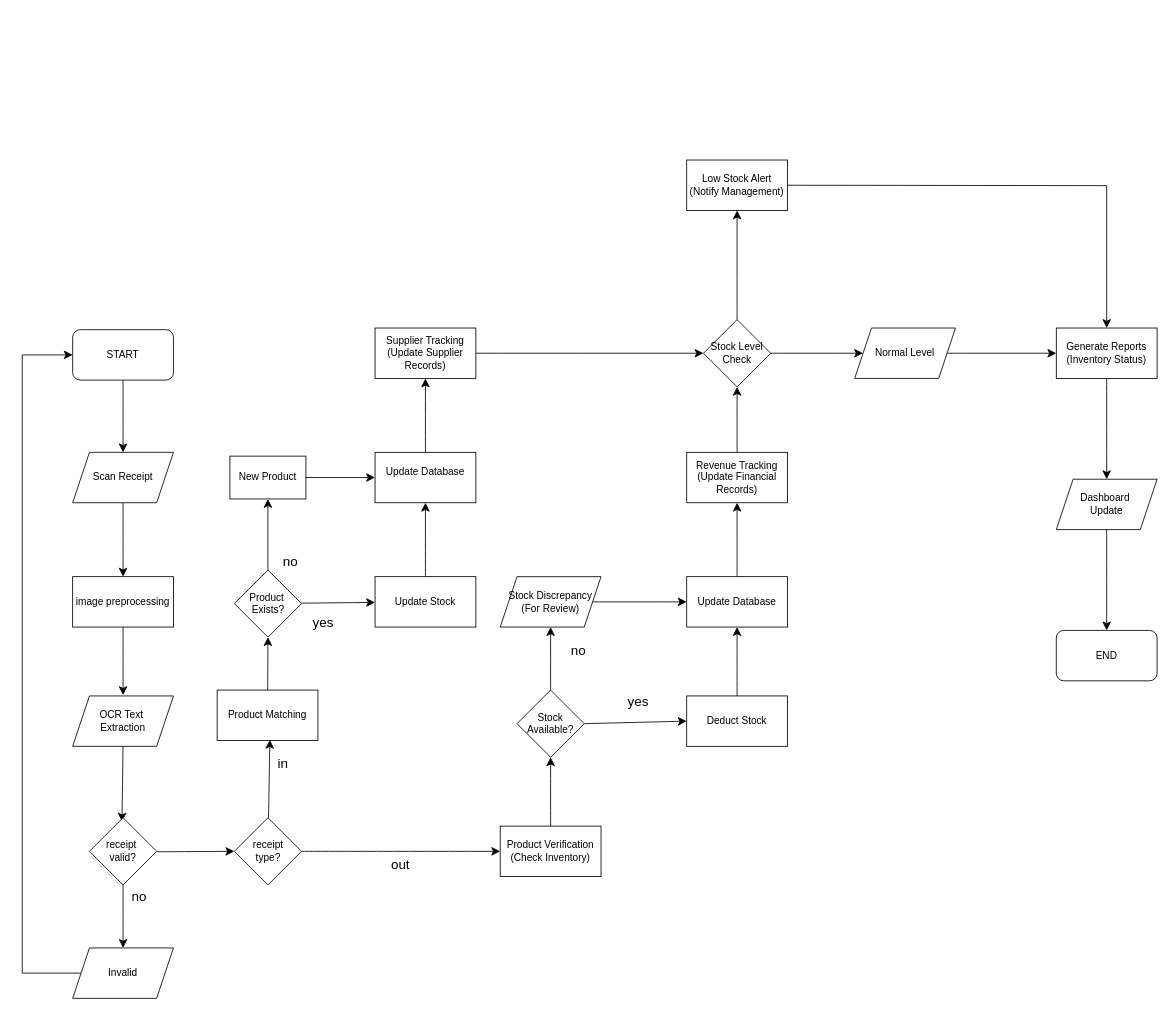
This is workflow.drawio from 7bry7/INVENTORY-MANAGEMENT-SYSTEM-USING-IMAGE-PROCESSING-FOR-RECEIPT-BASED-STOCK-MONITORING-AND-CONTROL, a draw.io file, before an edit. Source tidied: cells renumbered, new cells numbered last; positions are measured from the earlier drawing's top-left corner, leaving out a move shared by most shapes. Both pictures are drawn from the tidied source at 84%, with x=0, y=0 at pixel (22, 160).
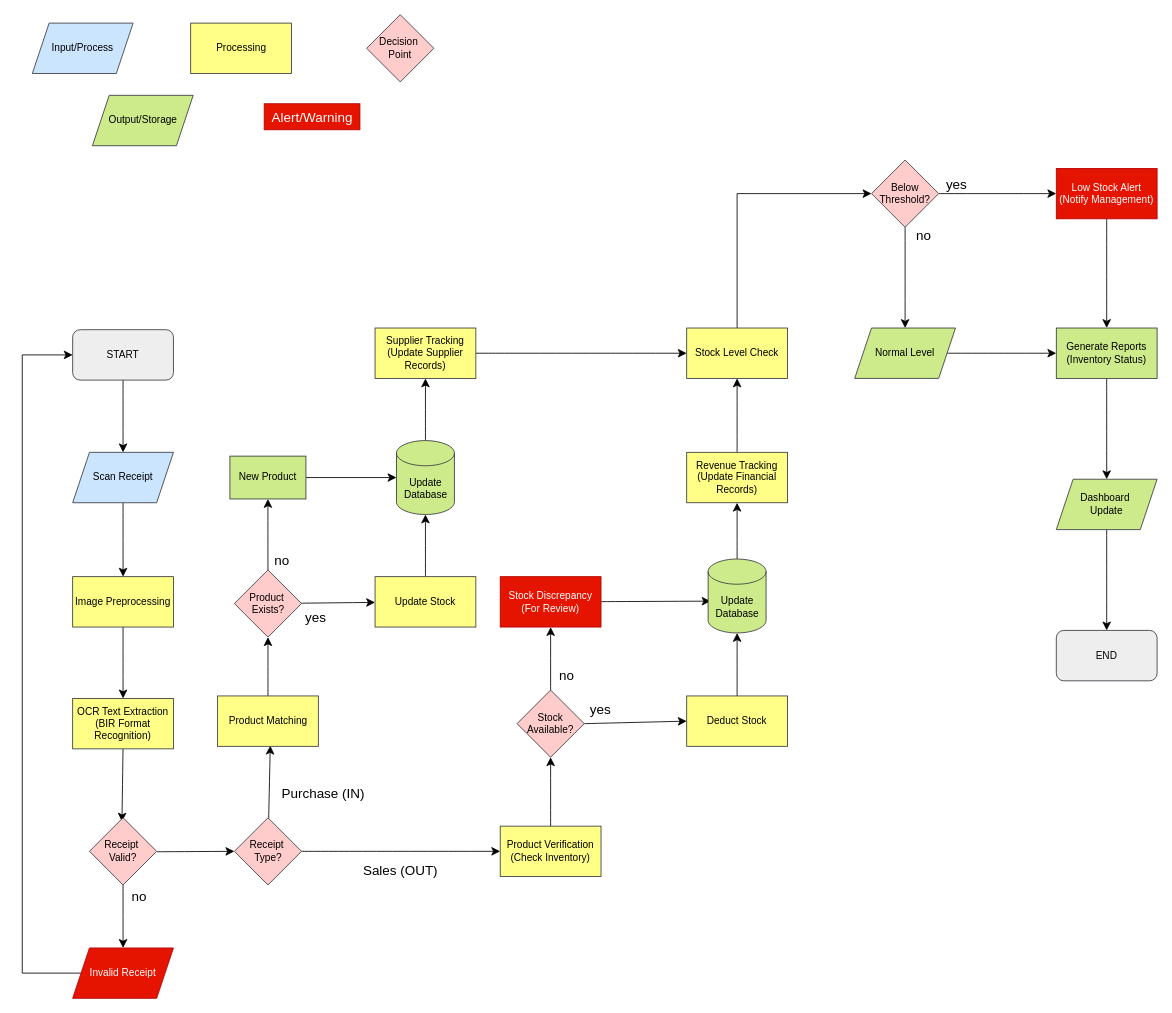
After the change.

What changed in the source:
```diff
@@
-    <mxCell id="3" style="edgeStyle=none;curved=1;rounded=0;jettySize=auto;html=1;entryX=0.5;entryY=0;entryDx=0;entryDy=0;fontSize=12;startSize=8;endSize=8;" parent="1" edge="1" source="4">
-      <mxGeometry relative="1" as="geometry">
-        <mxPoint x="120" y="637" as="targetPoint" />
-      </mxGeometry>
-    </mxCell>
+    <mxCell id="64" style="edgeStyle=none;curved=1;rounded=0;jettySize=auto;html=1;fontSize=12;startSize=8;endSize=8;" parent="1" edge="1" source="4" target="66">
+      <mxGeometry relative="1" as="geometry" />
+    </mxCell>
-    <mxCell id="4" value="image preprocessing" style="rounded=0;whiteSpace=wrap;html=1;" parent="1" vertex="1">
+    <mxCell id="4" value="Image Preprocessing" style="rounded=0;whiteSpace=wrap;html=1;fillColor=#ffff88;strokeColor=#36393d;" parent="1" vertex="1">
       <mxGeometry x="60" y="496" width="120" height="60" as="geometry" />
     </mxCell>
@@
-    <mxCell id="8" value="receipt&amp;nbsp;&lt;div&gt;valid?&lt;/div&gt;" style="rhombus;whiteSpace=wrap;html=1;" parent="1" vertex="1">
+    <mxCell id="8" value="Receipt&amp;nbsp;&lt;div&gt;Valid?&lt;/div&gt;" style="rhombus;whiteSpace=wrap;html=1;fillColor=#ffcccc;strokeColor=#36393d;" parent="1" vertex="1">
       <mxGeometry x="80" y="783" width="80" height="80" as="geometry" />
     </mxCell>
@@
-    <mxCell id="13" value="receipt&lt;div&gt;type?&lt;/div&gt;" style="rhombus;whiteSpace=wrap;html=1;" parent="1" vertex="1">
+    <mxCell id="13" value="Receipt&amp;nbsp;&lt;div&gt;Type?&lt;/div&gt;" style="rhombus;whiteSpace=wrap;html=1;fillColor=#ffcccc;strokeColor=#36393d;" parent="1" vertex="1">
       <mxGeometry x="252.5" y="783" width="80" height="80" as="geometry" />
     </mxCell>
@@
-    <mxCell id="15" value="Product Matching" style="rounded=0;whiteSpace=wrap;html=1;" parent="1" vertex="1">
-      <mxGeometry x="232" y="631" width="120" height="60" as="geometry" />
+    <mxCell id="15" value="Product Matching" style="rounded=0;whiteSpace=wrap;html=1;fillColor=#ffff88;strokeColor=#36393d;" parent="1" vertex="1">
+      <mxGeometry x="232.5" y="638" width="120" height="60" as="geometry" />
     </mxCell>
@@
-    <mxCell id="18" value="Product&amp;nbsp;&lt;div&gt;Exists?&lt;/div&gt;" style="rhombus;whiteSpace=wrap;html=1;" parent="1" vertex="1">
+    <mxCell id="18" value="Product&amp;nbsp;&lt;div&gt;Exists?&lt;/div&gt;" style="rhombus;whiteSpace=wrap;html=1;fillColor=#ffcccc;strokeColor=#36393d;" parent="1" vertex="1">
       <mxGeometry x="252.5" y="488" width="80" height="80" as="geometry" />
     </mxCell>
-    <mxCell id="19" style="edgeStyle=orthogonalEdgeStyle;rounded=0;jettySize=auto;html=1;fontSize=12;startSize=8;endSize=8;exitX=1;exitY=0.5;exitDx=0;exitDy=0;entryX=0;entryY=0.5;entryDx=0;entryDy=0;" parent="1" edge="1" source="20" target="31">
+    <mxCell id="19" style="edgeStyle=orthogonalEdgeStyle;rounded=0;jettySize=auto;html=1;fontSize=12;startSize=8;endSize=8;exitX=1;exitY=0.5;exitDx=0;exitDy=0;entryX=0;entryY=0.5;entryDx=0;entryDy=0;entryPerimeter=0;" parent="1" edge="1" source="20" target="78">
       <mxGeometry relative="1" as="geometry" />
     </mxCell>
-    <mxCell id="20" value="New Product" style="rounded=0;whiteSpace=wrap;html=1;" parent="1" vertex="1">
+    <mxCell id="20" value="New Product" style="rounded=0;whiteSpace=wrap;html=1;fillColor=#cdeb8b;strokeColor=#36393d;" parent="1" vertex="1">
       <mxGeometry x="247.2" y="352.5" width="90.5" height="51" as="geometry" />
     </mxCell>
@@
-    <mxCell id="22" value="START" style="rounded=1;whiteSpace=wrap;html=1;" parent="1" vertex="1">
+    <mxCell id="22" value="START" style="rounded=1;whiteSpace=wrap;html=1;fillColor=#eeeeee;strokeColor=#36393d;" parent="1" vertex="1">
       <mxGeometry x="60" y="202" width="120" height="60" as="geometry" />
     </mxCell>
-    <mxCell id="23" value="Scan Receipt" style="shape=parallelogram;perimeter=parallelogramPerimeter;whiteSpace=wrap;html=1;fixedSize=1;" parent="1" vertex="1">
+    <mxCell id="23" value="Scan Receipt" style="shape=parallelogram;perimeter=parallelogramPerimeter;whiteSpace=wrap;html=1;fixedSize=1;fillColor=#cce5ff;strokeColor=#36393d;" parent="1" vertex="1">
       <mxGeometry x="60" y="348" width="120" height="60" as="geometry" />
     </mxCell>
-    <mxCell id="24" value="in" style="text;html=1;align=center;verticalAlign=middle;strokeColor=none;fillColor=none;fontSize=16;" parent="1" vertex="1">
-      <mxGeometry x="295" y="702" width="30" height="31" as="geometry" />
+    <mxCell id="24" value="Purchase (IN)" style="text;html=1;align=center;verticalAlign=middle;strokeColor=none;fillColor=none;fontSize=16;" parent="1" vertex="1">
+      <mxGeometry x="299.5" y="738" width="117" height="31" as="geometry" />
     </mxCell>
-    <mxCell id="25" value="out" style="text;html=1;align=center;verticalAlign=middle;strokeColor=none;fillColor=none;fontSize=16;" parent="1" vertex="1">
-      <mxGeometry x="430" y="823" width="40" height="31" as="geometry" />
+    <mxCell id="25" value="Sales (OUT)" style="text;html=1;align=center;verticalAlign=middle;strokeColor=none;fillColor=none;fontSize=16;" parent="1" vertex="1">
+      <mxGeometry x="396.5" y="830" width="107" height="31" as="geometry" />
     </mxCell>
@@
     <mxCell id="27" value="no" style="text;html=1;align=center;verticalAlign=middle;strokeColor=none;fillColor=none;fontSize=16;" parent="1" vertex="1">
-      <mxGeometry x="300.5" y="462" width="36" height="31" as="geometry" />
+      <mxGeometry x="291" y="461" width="36" height="31" as="geometry" />
     </mxCell>
-    <mxCell id="28" style="edgeStyle=none;curved=1;rounded=0;jettySize=auto;html=1;fontSize=12;startSize=8;endSize=8;" parent="1" edge="1" source="29" target="31">
+    <mxCell id="28" style="edgeStyle=none;curved=1;rounded=0;jettySize=auto;html=1;fontSize=12;startSize=8;endSize=8;entryX=0.5;entryY=1;entryDx=0;entryDy=0;entryPerimeter=0;" parent="1" edge="1" source="29" target="78">
       <mxGeometry relative="1" as="geometry" />
     </mxCell>
-    <mxCell id="29" value="Update Stock" style="whiteSpace=wrap;html=1;" parent="1" vertex="1">
+    <mxCell id="29" value="Update Stock" style="whiteSpace=wrap;html=1;fillColor=#ffff88;strokeColor=#36393d;" parent="1" vertex="1">
       <mxGeometry x="420" y="496" width="120" height="60" as="geometry" />
     </mxCell>
-    <mxCell id="30" style="edgeStyle=none;curved=1;rounded=0;jettySize=auto;html=1;fontSize=12;startSize=8;endSize=8;" parent="1" edge="1" source="31" target="49">
+    <mxCell id="30" style="edgeStyle=none;curved=1;rounded=0;jettySize=auto;html=1;fontSize=12;startSize=8;endSize=8;exitX=0.5;exitY=0;exitDx=0;exitDy=0;exitPerimeter=0;" parent="1" edge="1" source="78" target="49">
       <mxGeometry relative="1" as="geometry" />
     </mxCell>
-    <mxCell id="31" value="Update Database&lt;div&gt;&lt;br&gt;&lt;/div&gt;" style="whiteSpace=wrap;html=1;rounded=0;" parent="1" vertex="1">
-      <mxGeometry x="420" y="348" width="120" height="60" as="geometry" />
-    </mxCell>
     <mxCell id="32" value="yes" style="text;html=1;align=center;verticalAlign=middle;strokeColor=none;fillColor=none;fontSize=16;" parent="1" vertex="1">
-      <mxGeometry x="336.5" y="534.5" width="43" height="31" as="geometry" />
+      <mxGeometry x="327" y="529" width="43" height="31" as="geometry" />
     </mxCell>
@@
-    <mxCell id="34" value="Product Verification&lt;div&gt;(Check Inventory)&lt;/div&gt;" style="rounded=0;whiteSpace=wrap;html=1;" parent="1" vertex="1">
+    <mxCell id="34" value="Product Verification&lt;div&gt;(Check Inventory)&lt;/div&gt;" style="rounded=0;whiteSpace=wrap;html=1;fillColor=#ffff88;strokeColor=#36393d;" parent="1" vertex="1">
       <mxGeometry x="569" y="793" width="120" height="60" as="geometry" />
     </mxCell>
+    <mxCell id="36" style="edgeStyle=none;curved=1;rounded=0;jettySize=auto;html=1;fontSize=12;startSize=8;endSize=8;exitX=1;exitY=0.5;exitDx=0;exitDy=0;entryX=0;entryY=0.5;entryDx=0;entryDy=0;" parent="1" edge="1" source="37" target="43">
+      <mxGeometry relative="1" as="geometry" />
+    </mxCell>
@@
-    <mxCell id="36" style="edgeStyle=none;curved=1;rounded=0;jettySize=auto;html=1;fontSize=12;startSize=8;endSize=8;exitX=1;exitY=0.5;exitDx=0;exitDy=0;entryX=0;entryY=0.5;entryDx=0;entryDy=0;" parent="1" edge="1" source="37" target="43">
-      <mxGeometry relative="1" as="geometry" />
-    </mxCell>
-    <mxCell id="37" value="Stock&lt;div&gt;Available?&lt;/div&gt;" style="rhombus;whiteSpace=wrap;html=1;rounded=0;" parent="1" vertex="1">
+    <mxCell id="37" value="Stock&lt;div&gt;Available?&lt;/div&gt;" style="rhombus;whiteSpace=wrap;html=1;rounded=0;fillColor=#ffcccc;strokeColor=#36393d;" parent="1" vertex="1">
       <mxGeometry x="589" y="631" width="80" height="80" as="geometry" />
     </mxCell>
-    <mxCell id="38" style="edgeStyle=none;curved=1;rounded=0;jettySize=auto;html=1;fontSize=12;startSize=8;endSize=8;" parent="1" edge="1" source="39" target="47">
+    <mxCell id="38" style="edgeStyle=none;curved=1;rounded=0;jettySize=auto;html=1;fontSize=12;startSize=8;endSize=8;entryX=0.042;entryY=0.57;entryDx=0;entryDy=0;entryPerimeter=0;" parent="1" edge="1" source="39" target="79">
       <mxGeometry relative="1" as="geometry" />
     </mxCell>
-    <mxCell id="39" value="Stock Discrepancy&lt;div&gt;(For Review)&lt;/div&gt;" style="shape=parallelogram;perimeter=parallelogramPerimeter;whiteSpace=wrap;html=1;fixedSize=1;rounded=0;" parent="1" vertex="1">
-      <mxGeometry x="569" y="496" width="120" height="60" as="geometry" />
-    </mxCell>
-    <mxCell id="40" value="Invalid" style="shape=parallelogram;perimeter=parallelogramPerimeter;whiteSpace=wrap;html=1;fixedSize=1;" parent="1" vertex="1">
+    <mxCell id="40" value="Invalid Receipt" style="shape=parallelogram;perimeter=parallelogramPerimeter;whiteSpace=wrap;html=1;fixedSize=1;fillColor=#e51400;fontColor=#ffffff;strokeColor=#B20000;" parent="1" vertex="1">
       <mxGeometry x="60" y="938" width="120" height="60" as="geometry" />
     </mxCell>
     <mxCell id="41" value="no" style="text;html=1;align=center;verticalAlign=middle;strokeColor=none;fillColor=none;fontSize=16;" parent="1" vertex="1">
-      <mxGeometry x="644" y="568" width="36" height="31" as="geometry" />
+      <mxGeometry x="630" y="597" width="36" height="31" as="geometry" />
     </mxCell>
-    <mxCell id="42" style="edgeStyle=none;curved=1;rounded=0;jettySize=auto;html=1;fontSize=12;startSize=8;endSize=8;exitX=0.5;exitY=0;exitDx=0;exitDy=0;entryX=0.5;entryY=1;entryDx=0;entryDy=0;" parent="1" edge="1" source="43" target="47">
+    <mxCell id="42" style="edgeStyle=none;curved=1;rounded=0;jettySize=auto;html=1;fontSize=12;startSize=8;endSize=8;exitX=0.5;exitY=0;exitDx=0;exitDy=0;entryX=0.5;entryY=1;entryDx=0;entryDy=0;entryPerimeter=0;" parent="1" edge="1" source="43" target="79">
       <mxGeometry relative="1" as="geometry" />
     </mxCell>
-    <mxCell id="43" value="Deduct Stock" style="whiteSpace=wrap;html=1;rounded=0;" parent="1" vertex="1">
+    <mxCell id="43" value="Deduct Stock" style="whiteSpace=wrap;html=1;rounded=0;fillColor=#ffff88;strokeColor=#36393d;" parent="1" vertex="1">
       <mxGeometry x="791" y="638" width="120" height="60" as="geometry" />
     </mxCell>
-    <mxCell id="44" value="OCR Text&amp;nbsp;&lt;div&gt;Extraction&lt;/div&gt;" style="shape=parallelogram;perimeter=parallelogramPerimeter;whiteSpace=wrap;html=1;fixedSize=1;" parent="1" vertex="1">
-      <mxGeometry x="60" y="638" width="120" height="60" as="geometry" />
-    </mxCell>
     <mxCell id="45" value="yes" style="text;html=1;align=center;verticalAlign=middle;strokeColor=none;fillColor=none;fontSize=16;" parent="1" vertex="1">
-      <mxGeometry x="711" y="628" width="43" height="31" as="geometry" />
+      <mxGeometry x="666" y="638" width="43" height="31" as="geometry" />
     </mxCell>
-    <mxCell id="46" style="edgeStyle=none;curved=1;rounded=0;jettySize=auto;html=1;fontSize=12;startSize=8;endSize=8;" parent="1" edge="1" source="47" target="51">
+    <mxCell id="46" style="edgeStyle=none;curved=1;rounded=0;jettySize=auto;html=1;fontSize=12;startSize=8;endSize=8;exitX=0.5;exitY=0;exitDx=0;exitDy=0;exitPerimeter=0;" parent="1" edge="1" source="79" target="51">
       <mxGeometry relative="1" as="geometry" />
     </mxCell>
-    <mxCell id="47" value="Update Database" style="whiteSpace=wrap;html=1;rounded=0;" parent="1" vertex="1">
-      <mxGeometry x="791" y="496" width="120" height="60" as="geometry" />
-    </mxCell>
-    <mxCell id="48" style="edgeStyle=none;curved=1;rounded=0;jettySize=auto;html=1;fontSize=12;startSize=8;endSize=8;" parent="1" edge="1" source="49" target="54">
+    <mxCell id="48" style="edgeStyle=none;curved=1;rounded=0;jettySize=auto;html=1;fontSize=12;startSize=8;endSize=8;entryX=0;entryY=0.5;entryDx=0;entryDy=0;" parent="1" edge="1" source="49" target="54">
       <mxGeometry relative="1" as="geometry" />
     </mxCell>
-    <mxCell id="49" value="Supplier Tracking&lt;div&gt;(Update Supplier Records)&lt;/div&gt;" style="whiteSpace=wrap;html=1;rounded=0;" parent="1" vertex="1">
+    <mxCell id="49" value="Supplier Tracking&lt;div&gt;(Update Supplier Records)&lt;/div&gt;" style="whiteSpace=wrap;html=1;rounded=0;fillColor=#ffff88;strokeColor=#36393d;" parent="1" vertex="1">
       <mxGeometry x="420" y="200" width="120" height="60" as="geometry" />
     </mxCell>
-    <mxCell id="50" style="edgeStyle=none;curved=1;rounded=0;jettySize=auto;html=1;fontSize=12;startSize=8;endSize=8;" parent="1" edge="1" source="51" target="54">
+    <mxCell id="50" style="edgeStyle=none;curved=1;rounded=0;jettySize=auto;html=1;fontSize=12;startSize=8;endSize=8;entryX=0.5;entryY=1;entryDx=0;entryDy=0;" parent="1" edge="1" source="51" target="54">
       <mxGeometry relative="1" as="geometry" />
     </mxCell>
-    <mxCell id="51" value="Revenue Tracking&lt;div&gt;(Update Financial Records)&lt;/div&gt;" style="whiteSpace=wrap;html=1;rounded=0;" parent="1" vertex="1">
+    <mxCell id="51" value="Revenue Tracking&lt;div&gt;(Update Financial Records)&lt;/div&gt;" style="whiteSpace=wrap;html=1;rounded=0;fillColor=#ffff88;strokeColor=#36393d;" parent="1" vertex="1">
       <mxGeometry x="791" y="348" width="120" height="60" as="geometry" />
     </mxCell>
-    <mxCell id="52" style="edgeStyle=none;curved=1;rounded=0;jettySize=auto;html=1;fontSize=12;startSize=8;endSize=8;" parent="1" edge="1" source="54" target="57">
-      <mxGeometry relative="1" as="geometry" />
-    </mxCell>
-    <mxCell id="53" style="edgeStyle=none;curved=1;rounded=0;jettySize=auto;html=1;fontSize=12;startSize=8;endSize=8;" parent="1" edge="1" source="54" target="63">
-      <mxGeometry relative="1" as="geometry" />
-    </mxCell>
-    <mxCell id="54" value="Stock Level Check" style="rhombus;whiteSpace=wrap;html=1;rounded=0;" parent="1" vertex="1">
-      <mxGeometry x="811" y="190" width="80" height="80" as="geometry" />
-    </mxCell>
-    <mxCell id="55" style="edgeStyle=orthogonalEdgeStyle;rounded=0;jettySize=auto;html=1;fontSize=12;startSize=8;endSize=8;entryX=0.5;entryY=0;entryDx=0;entryDy=0;" parent="1" edge="1" target="59">
-      <mxGeometry relative="1" as="geometry">
-        <mxPoint x="901" y="30" as="sourcePoint" />
-      </mxGeometry>
-    </mxCell>
@@
-    <mxCell id="57" value="Normal Level" style="shape=parallelogram;perimeter=parallelogramPerimeter;whiteSpace=wrap;html=1;fixedSize=1;rounded=0;" parent="1" vertex="1">
+    <mxCell id="57" value="Normal Level" style="shape=parallelogram;perimeter=parallelogramPerimeter;whiteSpace=wrap;html=1;fixedSize=1;rounded=0;fillColor=#cdeb8b;strokeColor=#36393d;" parent="1" vertex="1">
       <mxGeometry x="991" y="200" width="120" height="60" as="geometry" />
     </mxCell>
@@
-    <mxCell id="59" value="Generate Reports&lt;div&gt;(Inventory Status)&lt;/div&gt;" style="whiteSpace=wrap;html=1;rounded=0;" parent="1" vertex="1">
+    <mxCell id="59" value="Generate Reports&lt;div&gt;(Inventory Status)&lt;/div&gt;" style="whiteSpace=wrap;html=1;rounded=0;fillColor=#cdeb8b;strokeColor=#36393d;" parent="1" vertex="1">
       <mxGeometry x="1231" y="200" width="120" height="60" as="geometry" />
     </mxCell>
@@
-    <mxCell id="61" value="Dashboard&amp;nbsp;&lt;div&gt;Update&lt;/div&gt;" style="shape=parallelogram;perimeter=parallelogramPerimeter;whiteSpace=wrap;html=1;fixedSize=1;rounded=0;" parent="1" vertex="1">
+    <mxCell id="61" value="Dashboard&amp;nbsp;&lt;div&gt;Update&lt;/div&gt;" style="shape=parallelogram;perimeter=parallelogramPerimeter;whiteSpace=wrap;html=1;fixedSize=1;rounded=0;fillColor=#cdeb8b;strokeColor=#36393d;" parent="1" vertex="1">
       <mxGeometry x="1231" y="380" width="120" height="60" as="geometry" />
     </mxCell>
-    <mxCell id="62" value="END" style="rounded=1;whiteSpace=wrap;html=1;" parent="1" vertex="1">
+    <mxCell id="62" value="END" style="rounded=1;whiteSpace=wrap;html=1;fillColor=#eeeeee;strokeColor=#36393d;" parent="1" vertex="1">
       <mxGeometry x="1231" y="560" width="120" height="60" as="geometry" />
     </mxCell>
+    <mxCell id="65" style="edgeStyle=none;curved=1;rounded=0;jettySize=auto;html=1;fontSize=12;startSize=8;endSize=8;" parent="1" edge="1" source="63" target="59">
+      <mxGeometry relative="1" as="geometry" />
+    </mxCell>
-    <mxCell id="63" value="Low Stock Alert&lt;div&gt;(Notify Management)&lt;/div&gt;" style="whiteSpace=wrap;html=1;rounded=0;" parent="1" vertex="1">
-      <mxGeometry x="791" width="120" height="60" as="geometry" />
+    <mxCell id="63" value="Low Stock Alert&lt;div&gt;(Notify Management)&lt;/div&gt;" style="whiteSpace=wrap;html=1;rounded=0;fillColor=#e51400;fontColor=#ffffff;strokeColor=#B20000;" parent="1" vertex="1">
+      <mxGeometry x="1231" y="10" width="120" height="60" as="geometry" />
     </mxCell>
+    <mxCell id="66" value="OCR Text Extraction&lt;div&gt;(BIR Format Recognition)&lt;/div&gt;" style="whiteSpace=wrap;html=1;rounded=0;fillColor=#ffff88;strokeColor=#36393d;" parent="1" vertex="1">
+      <mxGeometry x="60" y="641" width="120" height="60" as="geometry" />
+    </mxCell>
+    <mxCell id="67" value="Alert/Warning" style="text;html=1;align=center;verticalAlign=middle;strokeColor=#B20000;fillColor=#e51400;fontSize=16;fontColor=#ffffff;" parent="1" vertex="1">
+      <mxGeometry x="288" y="-67" width="114" height="31" as="geometry" />
+    </mxCell>
+    <mxCell id="68" style="edgeStyle=none;curved=1;rounded=0;jettySize=auto;html=1;fontSize=12;startSize=8;endSize=8;" parent="1" edge="1" source="70" target="63">
+      <mxGeometry relative="1" as="geometry" />
+    </mxCell>
+    <mxCell id="69" style="edgeStyle=none;curved=1;rounded=0;jettySize=auto;html=1;fontSize=12;startSize=8;endSize=8;" parent="1" edge="1" source="70" target="57">
+      <mxGeometry relative="1" as="geometry" />
+    </mxCell>
+    <mxCell id="70" value="Below Threshold?" style="rhombus;whiteSpace=wrap;html=1;rounded=0;fillColor=#ffcccc;strokeColor=#36393d;" parent="1" vertex="1">
+      <mxGeometry x="1011" width="80" height="80" as="geometry" />
+    </mxCell>
+    <mxCell id="71" style="edgeStyle=orthogonalEdgeStyle;rounded=0;jettySize=auto;html=1;entryX=0;entryY=0.5;entryDx=0;entryDy=0;fontSize=12;startSize=8;endSize=8;" parent="1" edge="1" source="54" target="70">
+      <mxGeometry relative="1" as="geometry">
+        <Array as="points">
+          <mxPoint x="851" y="40" />
+        </Array>
+      </mxGeometry>
+    </mxCell>
+    <mxCell id="54" value="Stock Level Check" style="rounded=0;whiteSpace=wrap;html=1;fillColor=#ffff88;strokeColor=#36393d;" parent="1" vertex="1">
+      <mxGeometry x="791" y="200" width="120" height="60" as="geometry" />
+    </mxCell>
+    <mxCell id="72" value="yes" style="text;html=1;align=center;verticalAlign=middle;strokeColor=none;fillColor=none;fontSize=16;" parent="1" vertex="1">
+      <mxGeometry x="1090.5" y="13.5" width="43" height="31" as="geometry" />
+    </mxCell>
+    <mxCell id="73" value="no" style="text;html=1;align=center;verticalAlign=middle;strokeColor=none;fillColor=none;fontSize=16;" parent="1" vertex="1">
+      <mxGeometry x="1054.5" y="74.5" width="36" height="31" as="geometry" />
+    </mxCell>
+    <mxCell id="74" value="Input/Process" style="shape=parallelogram;perimeter=parallelogramPerimeter;whiteSpace=wrap;html=1;fixedSize=1;fillColor=#cce5ff;strokeColor=#36393d;" parent="1" vertex="1">
+      <mxGeometry x="12" y="-163" width="120" height="60" as="geometry" />
+    </mxCell>
+    <mxCell id="75" value="Decision&amp;nbsp;&lt;div&gt;Point&lt;/div&gt;" style="rhombus;whiteSpace=wrap;html=1;fillColor=#ffcccc;strokeColor=#36393d;" parent="1" vertex="1">
+      <mxGeometry x="410" y="-173" width="80" height="80" as="geometry" />
+    </mxCell>
+    <mxCell id="76" value="Processing" style="rounded=0;whiteSpace=wrap;html=1;fillColor=#ffff88;strokeColor=#36393d;" parent="1" vertex="1">
+      <mxGeometry x="200.5" y="-163" width="120" height="60" as="geometry" />
+    </mxCell>
+    <mxCell id="77" value="Output/Storage" style="shape=parallelogram;perimeter=parallelogramPerimeter;whiteSpace=wrap;html=1;fixedSize=1;fillColor=#cdeb8b;strokeColor=#36393d;" parent="1" vertex="1">
+      <mxGeometry x="83.5" y="-77" width="120" height="60" as="geometry" />
+    </mxCell>
+    <mxCell id="78" value="Update Database" style="shape=cylinder3;whiteSpace=wrap;html=1;boundedLbl=1;backgroundOutline=1;size=15;fillColor=#cdeb8b;strokeColor=#36393d;" parent="1" vertex="1">
+      <mxGeometry x="445.5" y="334" width="69" height="88" as="geometry" />
+    </mxCell>
+    <mxCell id="79" value="Update Database" style="shape=cylinder3;whiteSpace=wrap;html=1;boundedLbl=1;backgroundOutline=1;size=15;fillColor=#cdeb8b;strokeColor=#36393d;" parent="1" vertex="1">
+      <mxGeometry x="816.5" y="475" width="69" height="88" as="geometry" />
+    </mxCell>
+    <mxCell id="80" style="edgeStyle=none;curved=1;rounded=0;jettySize=auto;html=1;fontSize=12;startSize=8;endSize=8;" parent="1" edge="1" target="39">
+      <mxGeometry relative="1" as="geometry">
+        <mxPoint x="679" y="526" as="sourcePoint" />
+      </mxGeometry>
+    </mxCell>
+    <mxCell id="39" value="Stock Discrepancy&lt;div&gt;(For Review)&lt;/div&gt;" style="whiteSpace=wrap;html=1;fillColor=#e51400;strokeColor=#B20000;rounded=0;fontColor=#ffffff;" parent="1" vertex="1">
+      <mxGeometry x="569" y="496" width="120" height="60" as="geometry" />
+    </mxCell>
```
